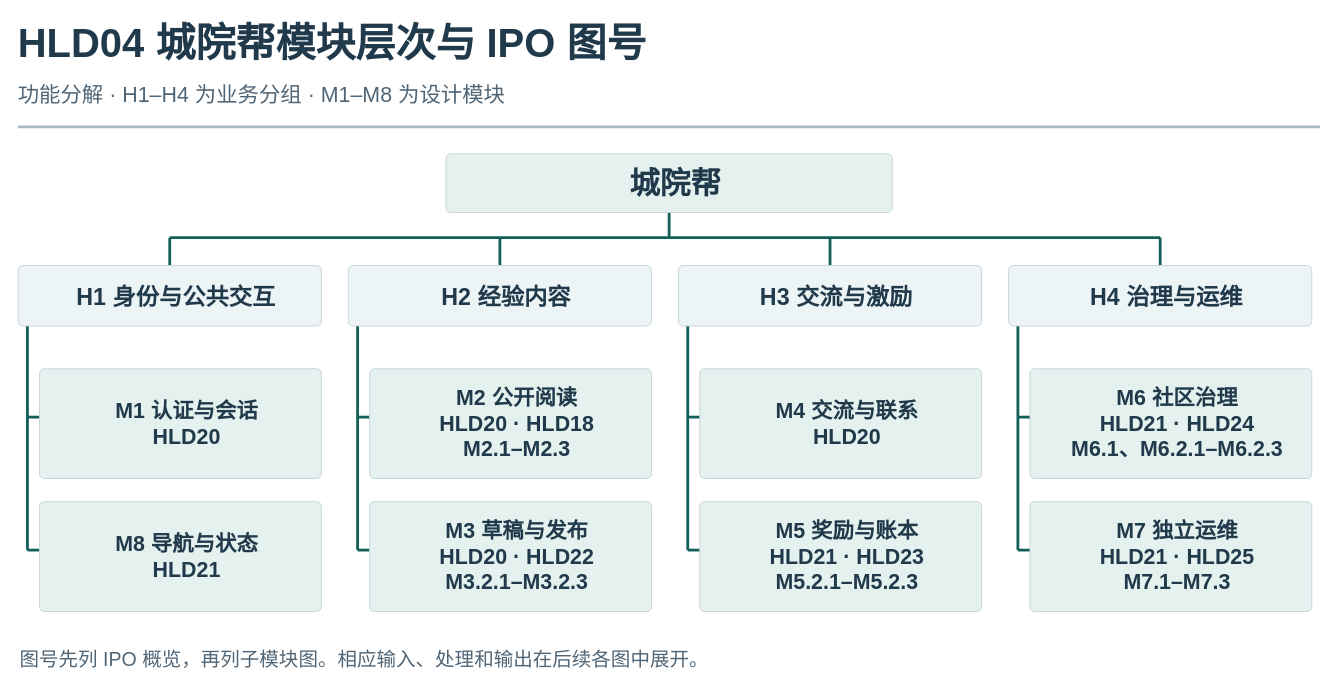
This is page "HLD04 城院帮模块层次与 IPO 图号（H 图）" (4 of 34) of docs/project/models/总体设计G04/城院帮总体设计图G04.drawio from jason-bitc/HZCU-CampusHub, a draw.io file, before an edit. Source tidied: cells renumbered, new cells numbered last; positions are measured from the earlier drawing's top-left corner, leaving out a move shared by most shapes. Both pictures are drawn from the tidied source at 93%, with x=0, y=0 at pixel (16, 16).
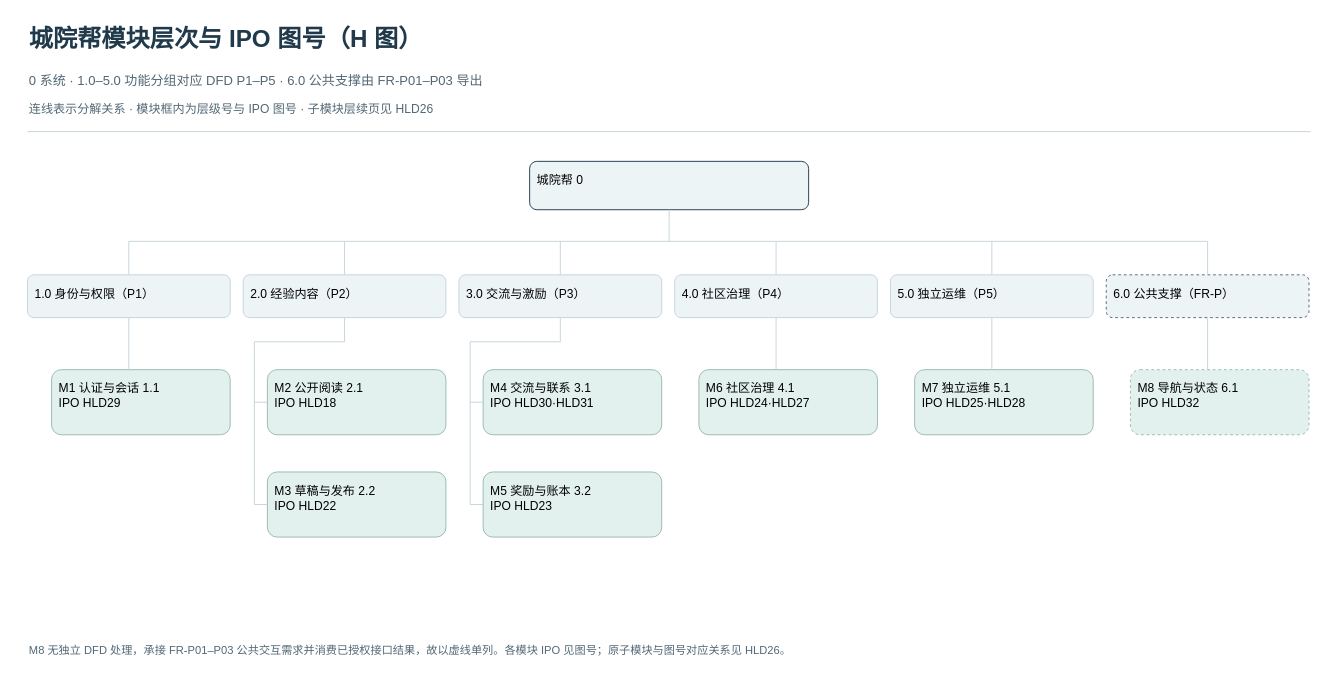
After the change.

Change to the diagram source:
```diff
@@
-    <mxCell id="2" style="endArrow=none;endFill=1;strokeColor=#125e59;strokeWidth=3;" parent="1" edge="1">
-      <mxGeometry relative="1" as="geometry">
-        <mxPoint x="702" y="211" as="sourcePoint" />
-        <mxPoint x="702" y="238" as="targetPoint" />
-      </mxGeometry>
-    </mxCell>
-    <mxCell id="3" style="endArrow=none;endFill=1;strokeColor=#125e59;strokeWidth=3;" parent="1" edge="1">
-      <mxGeometry relative="1" as="geometry">
-        <mxPoint x="165" y="238" as="sourcePoint" />
-        <mxPoint x="1230" y="238" as="targetPoint" />
-      </mxGeometry>
-    </mxCell>
-    <mxCell id="4" style="endArrow=none;endFill=1;strokeColor=#125e59;strokeWidth=3;" parent="1" edge="1">
-      <mxGeometry relative="1" as="geometry">
-        <mxPoint x="1077" y="574" as="sourcePoint" />
-        <mxPoint x="1090" y="574" as="targetPoint" />
-      </mxGeometry>
-    </mxCell>
-    <mxCell id="5" style="endArrow=none;endFill=1;strokeColor=#125e59;strokeWidth=3;" parent="1" edge="1">
-      <mxGeometry relative="1" as="geometry">
-        <mxPoint x="1077" y="431" as="sourcePoint" />
-        <mxPoint x="1090" y="431" as="targetPoint" />
-      </mxGeometry>
-    </mxCell>
-    <mxCell id="6" style="endArrow=none;endFill=1;strokeColor=#125e59;strokeWidth=3;" parent="1" edge="1">
-      <mxGeometry relative="1" as="geometry">
-        <mxPoint x="1077" y="333" as="sourcePoint" />
-        <mxPoint x="1077" y="574" as="targetPoint" />
-      </mxGeometry>
-    </mxCell>
-    <mxCell id="7" style="endArrow=none;endFill=1;strokeColor=#125e59;strokeWidth=3;" parent="1" edge="1">
-      <mxGeometry relative="1" as="geometry">
-        <mxPoint x="1230" y="238" as="sourcePoint" />
-        <mxPoint x="1230" y="268" as="targetPoint" />
-      </mxGeometry>
-    </mxCell>
-    <mxCell id="8" style="endArrow=none;endFill=1;strokeColor=#125e59;strokeWidth=3;" parent="1" edge="1">
-      <mxGeometry relative="1" as="geometry">
-        <mxPoint x="722" y="574" as="sourcePoint" />
-        <mxPoint x="735" y="574" as="targetPoint" />
-      </mxGeometry>
-    </mxCell>
-    <mxCell id="9" style="endArrow=none;endFill=1;strokeColor=#125e59;strokeWidth=3;" parent="1" edge="1">
-      <mxGeometry relative="1" as="geometry">
-        <mxPoint x="722" y="431" as="sourcePoint" />
-        <mxPoint x="735" y="431" as="targetPoint" />
-      </mxGeometry>
-    </mxCell>
-    <mxCell id="10" style="endArrow=none;endFill=1;strokeColor=#125e59;strokeWidth=3;" parent="1" edge="1">
-      <mxGeometry relative="1" as="geometry">
-        <mxPoint x="722" y="333" as="sourcePoint" />
-        <mxPoint x="722" y="574" as="targetPoint" />
-      </mxGeometry>
-    </mxCell>
-    <mxCell id="11" style="endArrow=none;endFill=1;strokeColor=#125e59;strokeWidth=3;" parent="1" edge="1">
-      <mxGeometry relative="1" as="geometry">
-        <mxPoint x="875" y="238" as="sourcePoint" />
-        <mxPoint x="875" y="268" as="targetPoint" />
-      </mxGeometry>
-    </mxCell>
-    <mxCell id="12" style="endArrow=none;endFill=1;strokeColor=#125e59;strokeWidth=3;" parent="1" edge="1">
-      <mxGeometry relative="1" as="geometry">
-        <mxPoint x="367" y="574" as="sourcePoint" />
-        <mxPoint x="380" y="574" as="targetPoint" />
-      </mxGeometry>
-    </mxCell>
-    <mxCell id="13" style="endArrow=none;endFill=1;strokeColor=#125e59;strokeWidth=3;" parent="1" edge="1">
-      <mxGeometry relative="1" as="geometry">
-        <mxPoint x="367" y="431" as="sourcePoint" />
-        <mxPoint x="380" y="431" as="targetPoint" />
-      </mxGeometry>
-    </mxCell>
-    <mxCell id="14" style="endArrow=none;endFill=1;strokeColor=#125e59;strokeWidth=3;" parent="1" edge="1">
-      <mxGeometry relative="1" as="geometry">
-        <mxPoint x="367" y="333" as="sourcePoint" />
-        <mxPoint x="367" y="574" as="targetPoint" />
-      </mxGeometry>
-    </mxCell>
-    <mxCell id="15" style="endArrow=none;endFill=1;strokeColor=#125e59;strokeWidth=3;" parent="1" edge="1">
-      <mxGeometry relative="1" as="geometry">
-        <mxPoint x="520" y="238" as="sourcePoint" />
-        <mxPoint x="520" y="268" as="targetPoint" />
-      </mxGeometry>
-    </mxCell>
-    <mxCell id="16" style="endArrow=none;endFill=1;strokeColor=#125e59;strokeWidth=3;" parent="1" edge="1">
-      <mxGeometry relative="1" as="geometry">
-        <mxPoint x="12" y="574" as="sourcePoint" />
-        <mxPoint x="25" y="574" as="targetPoint" />
-      </mxGeometry>
-    </mxCell>
-    <mxCell id="17" style="endArrow=none;endFill=1;strokeColor=#125e59;strokeWidth=3;" parent="1" edge="1">
-      <mxGeometry relative="1" as="geometry">
-        <mxPoint x="12" y="431" as="sourcePoint" />
-        <mxPoint x="25" y="431" as="targetPoint" />
-      </mxGeometry>
-    </mxCell>
-    <mxCell id="18" style="endArrow=none;endFill=1;strokeColor=#125e59;strokeWidth=3;" parent="1" edge="1">
-      <mxGeometry relative="1" as="geometry">
-        <mxPoint x="12" y="333" as="sourcePoint" />
-        <mxPoint x="12" y="574" as="targetPoint" />
-      </mxGeometry>
-    </mxCell>
-    <mxCell id="19" style="endArrow=none;endFill=1;strokeColor=#125e59;strokeWidth=3;" parent="1" edge="1">
-      <mxGeometry relative="1" as="geometry">
-        <mxPoint x="165" y="238" as="sourcePoint" />
-        <mxPoint x="165" y="268" as="targetPoint" />
-      </mxGeometry>
-    </mxCell>
-    <mxCell id="20" value="HLD04  城院帮模块层次与 IPO 图号" style="rounded=1;absoluteArcSize=1;arcSize=10;whiteSpace=wrap;html=0;verticalAlign=middle;align=left;fontFamily=Microsoft YaHei;fontSize=43;fontStyle=1;fontColor=#203a4b;fillColor=none;strokeColor=none;spacingLeft=0;" parent="1" vertex="1">
-      <mxGeometry width="1400" height="58" as="geometry" />
-    </mxCell>
-    <mxCell id="21" value="功能分解 · H1–H4 为业务分组 · M1–M8 为设计模块" style="rounded=1;absoluteArcSize=1;arcSize=10;whiteSpace=wrap;html=0;verticalAlign=middle;align=left;fontFamily=Microsoft YaHei;fontSize=23;fontStyle=0;fontColor=#506576;fillColor=none;strokeColor=none;spacingLeft=0;" parent="1" vertex="1">
-      <mxGeometry y="66" width="1400" height="38" as="geometry" />
-    </mxCell>
-    <mxCell id="22" style="endArrow=none;endFill=1;strokeColor=#a7bac4;strokeWidth=3;" parent="1" edge="1">
-      <mxGeometry relative="1" as="geometry">
-        <mxPoint x="2" y="119" as="sourcePoint" />
-        <mxPoint x="1402" y="119" as="targetPoint" />
-      </mxGeometry>
-    </mxCell>
-    <mxCell id="23" value="城院帮" style="rounded=1;absoluteArcSize=1;arcSize=10;whiteSpace=wrap;html=0;verticalAlign=middle;align=center;fontFamily=Microsoft YaHei;fontSize=33;fontStyle=1;fontColor=#203a4b;fillColor=#e4f1ee;strokeColor=#c5d3da;spacingLeft=14;" parent="1" vertex="1">
-      <mxGeometry x="462" y="148" width="480" height="63" as="geometry" />
-    </mxCell>
-    <mxCell id="24" value="H1 身份与公共交互" style="rounded=1;absoluteArcSize=1;arcSize=10;whiteSpace=wrap;html=0;verticalAlign=middle;align=center;fontFamily=Microsoft YaHei;fontSize=25;fontStyle=1;fontColor=#203a4b;fillColor=#edf4f6;strokeColor=#c5d3da;spacingLeft=14;" parent="1" vertex="1">
-      <mxGeometry x="2" y="268" width="326" height="65" as="geometry" />
-    </mxCell>
-    <mxCell id="25" value="M1 认证与会话&#10;HLD20" style="rounded=1;absoluteArcSize=1;arcSize=10;whiteSpace=wrap;html=0;verticalAlign=middle;align=center;fontFamily=Microsoft YaHei;fontSize=23;fontStyle=1;fontColor=#203a4b;fillColor=#e4f1ee;strokeColor=#c5d3da;spacingLeft=14;" parent="1" vertex="1">
-      <mxGeometry x="25" y="379" width="303" height="118" as="geometry" />
-    </mxCell>
-    <mxCell id="26" value="M8 导航与状态&#10;HLD21" style="rounded=1;absoluteArcSize=1;arcSize=10;whiteSpace=wrap;html=0;verticalAlign=middle;align=center;fontFamily=Microsoft YaHei;fontSize=23;fontStyle=1;fontColor=#203a4b;fillColor=#e4f1ee;strokeColor=#c5d3da;spacingLeft=14;" parent="1" vertex="1">
-      <mxGeometry x="25" y="522" width="303" height="118" as="geometry" />
-    </mxCell>
-    <mxCell id="27" value="H2 经验内容" style="rounded=1;absoluteArcSize=1;arcSize=10;whiteSpace=wrap;html=0;verticalAlign=middle;align=center;fontFamily=Microsoft YaHei;fontSize=25;fontStyle=1;fontColor=#203a4b;fillColor=#edf4f6;strokeColor=#c5d3da;spacingLeft=14;" parent="1" vertex="1">
-      <mxGeometry x="357" y="268" width="326" height="65" as="geometry" />
-    </mxCell>
-    <mxCell id="28" value="M2 公开阅读&#10;HLD20 · HLD18&#10;M2.1–M2.3" style="rounded=1;absoluteArcSize=1;arcSize=10;whiteSpace=wrap;html=0;verticalAlign=middle;align=center;fontFamily=Microsoft YaHei;fontSize=23;fontStyle=1;fontColor=#203a4b;fillColor=#e4f1ee;strokeColor=#c5d3da;spacingLeft=14;" parent="1" vertex="1">
-      <mxGeometry x="380" y="379" width="303" height="118" as="geometry" />
-    </mxCell>
-    <mxCell id="29" value="M3 草稿与发布&#10;HLD20 · HLD22&#10;M3.2.1–M3.2.3" style="rounded=1;absoluteArcSize=1;arcSize=10;whiteSpace=wrap;html=0;verticalAlign=middle;align=center;fontFamily=Microsoft YaHei;fontSize=23;fontStyle=1;fontColor=#203a4b;fillColor=#e4f1ee;strokeColor=#c5d3da;spacingLeft=14;" parent="1" vertex="1">
-      <mxGeometry x="380" y="522" width="303" height="118" as="geometry" />
-    </mxCell>
-    <mxCell id="30" value="H3 交流与激励" style="rounded=1;absoluteArcSize=1;arcSize=10;whiteSpace=wrap;html=0;verticalAlign=middle;align=center;fontFamily=Microsoft YaHei;fontSize=25;fontStyle=1;fontColor=#203a4b;fillColor=#edf4f6;strokeColor=#c5d3da;spacingLeft=14;" parent="1" vertex="1">
-      <mxGeometry x="712" y="268" width="326" height="65" as="geometry" />
-    </mxCell>
-    <mxCell id="31" value="M4 交流与联系&#10;HLD20" style="rounded=1;absoluteArcSize=1;arcSize=10;whiteSpace=wrap;html=0;verticalAlign=middle;align=center;fontFamily=Microsoft YaHei;fontSize=23;fontStyle=1;fontColor=#203a4b;fillColor=#e4f1ee;strokeColor=#c5d3da;spacingLeft=14;" parent="1" vertex="1">
-      <mxGeometry x="735" y="379" width="303" height="118" as="geometry" />
-    </mxCell>
-    <mxCell id="32" value="M5 奖励与账本&#10;HLD21 · HLD23&#10;M5.2.1–M5.2.3" style="rounded=1;absoluteArcSize=1;arcSize=10;whiteSpace=wrap;html=0;verticalAlign=middle;align=center;fontFamily=Microsoft YaHei;fontSize=23;fontStyle=1;fontColor=#203a4b;fillColor=#e4f1ee;strokeColor=#c5d3da;spacingLeft=14;" parent="1" vertex="1">
-      <mxGeometry x="735" y="522" width="303" height="118" as="geometry" />
-    </mxCell>
-    <mxCell id="33" value="H4 治理与运维" style="rounded=1;absoluteArcSize=1;arcSize=10;whiteSpace=wrap;html=0;verticalAlign=middle;align=center;fontFamily=Microsoft YaHei;fontSize=25;fontStyle=1;fontColor=#203a4b;fillColor=#edf4f6;strokeColor=#c5d3da;spacingLeft=14;" parent="1" vertex="1">
-      <mxGeometry x="1067" y="268" width="326" height="65" as="geometry" />
-    </mxCell>
-    <mxCell id="34" value="M6 社区治理&#10;HLD21 · HLD24&#10;M6.1、M6.2.1–M6.2.3" style="rounded=1;absoluteArcSize=1;arcSize=10;whiteSpace=wrap;html=0;verticalAlign=middle;align=center;fontFamily=Microsoft YaHei;fontSize=23;fontStyle=1;fontColor=#203a4b;fillColor=#e4f1ee;strokeColor=#c5d3da;spacingLeft=14;" parent="1" vertex="1">
-      <mxGeometry x="1090" y="379" width="303" height="118" as="geometry" />
-    </mxCell>
-    <mxCell id="35" value="M7 独立运维&#10;HLD21 · HLD25&#10;M7.1–M7.3" style="rounded=1;absoluteArcSize=1;arcSize=10;whiteSpace=wrap;html=0;verticalAlign=middle;align=center;fontFamily=Microsoft YaHei;fontSize=23;fontStyle=1;fontColor=#203a4b;fillColor=#e4f1ee;strokeColor=#c5d3da;spacingLeft=14;" parent="1" vertex="1">
-      <mxGeometry x="1090" y="522" width="303" height="118" as="geometry" />
-    </mxCell>
-    <mxCell id="36" value="图号先列 IPO 概览，再列子模块图。相应输入、处理和输出在后续各图中展开。" style="rounded=1;absoluteArcSize=1;arcSize=10;whiteSpace=wrap;html=0;verticalAlign=middle;align=left;fontFamily=Microsoft YaHei;fontSize=21;fontStyle=0;fontColor=#506576;fillColor=none;strokeColor=none;spacingLeft=0;" parent="1" vertex="1">
-      <mxGeometry x="2" y="675" width="1400" height="32" as="geometry" />
-    </mxCell>
+    <mxCell id="37" value="城院帮模块层次与 IPO 图号（H 图）" style="text;html=1;fontSize=26;fontColor=#203A4B;align=left;verticalAlign=top;fontStyle=1;" parent="1" vertex="1">
+      <mxGeometry x="12" y="2" width="581" height="54" as="geometry" />
+    </mxCell>
+    <mxCell id="38" value="0 系统 · 1.0–5.0 功能分组对应 DFD P1–P5 · 6.0 公共支撑由 FR-P01–P03 导出" style="text;html=1;fontSize=14;fontColor=#526775;align=left;verticalAlign=top;" parent="1" vertex="1">
+      <mxGeometry x="12" y="54" width="685" height="30" as="geometry" />
+    </mxCell>
+    <mxCell id="39" value="连线表示分解关系 · 模块框内为层级号与 IPO 图号 · 子模块层续页见 HLD26" style="text;html=1;fontSize=13;fontColor=#526775;align=left;verticalAlign=top;" parent="1" vertex="1">
+      <mxGeometry x="12" y="86" width="589" height="27" as="geometry" />
+    </mxCell>
+    <mxCell id="40" style="endArrow=none;html=1;strokeColor=#C5D3DA;" parent="1" edge="1">
+      <mxGeometry relative="1" as="geometry">
+        <mxPoint x="12" y="124" as="sourcePoint" />
+        <mxPoint x="1392" y="124" as="targetPoint" />
+      </mxGeometry>
+    </mxCell>
+    <mxCell id="41" value="城院帮  0" style="rounded=1;whiteSpace=wrap;html=1;fillColor=#EDF4F6;strokeColor=#203A4B;fontSize=13;align=left;verticalAlign=top;spacing=8;" parent="1" vertex="1">
+      <mxGeometry x="552" y="156" width="300" height="52" as="geometry" />
+    </mxCell>
+    <mxCell id="42" value="1.0 身份与权限（P1）" style="rounded=1;whiteSpace=wrap;html=1;fillColor=#EDF4F6;strokeColor=#C5D3DA;fontSize=13;align=left;verticalAlign=top;spacing=8;" parent="1" vertex="1">
+      <mxGeometry x="12" y="278" width="218" height="46" as="geometry" />
+    </mxCell>
+    <mxCell id="43" value="M1 认证与会话  1.1&#10;IPO HLD29" style="rounded=1;whiteSpace=wrap;html=1;fillColor=#E2F1EE;strokeColor=#96B8B0;fontSize=13;align=left;verticalAlign=top;spacing=8;" parent="1" vertex="1">
+      <mxGeometry x="38" y="380" width="192" height="70" as="geometry" />
+    </mxCell>
+    <mxCell id="44" style="endArrow=none;html=1;strokeColor=#C5D3DA;rounded=0;" parent="1" edge="1">
+      <mxGeometry relative="1" as="geometry">
+        <mxPoint x="121" y="324" as="sourcePoint" />
+        <mxPoint x="121" y="380" as="targetPoint" />
+      </mxGeometry>
+    </mxCell>
+    <mxCell id="45" value="2.0 经验内容（P2）" style="rounded=1;whiteSpace=wrap;html=1;fillColor=#EDF4F6;strokeColor=#C5D3DA;fontSize=13;align=left;verticalAlign=top;spacing=8;" parent="1" vertex="1">
+      <mxGeometry x="244" y="278" width="218" height="46" as="geometry" />
+    </mxCell>
+    <mxCell id="46" value="M2 公开阅读  2.1&#10;IPO HLD18" style="rounded=1;whiteSpace=wrap;html=1;fillColor=#E2F1EE;strokeColor=#96B8B0;fontSize=13;align=left;verticalAlign=top;spacing=8;" parent="1" vertex="1">
+      <mxGeometry x="270" y="380" width="192" height="70" as="geometry" />
+    </mxCell>
+    <mxCell id="47" value="M3 草稿与发布  2.2&#10;IPO HLD22" style="rounded=1;whiteSpace=wrap;html=1;fillColor=#E2F1EE;strokeColor=#96B8B0;fontSize=13;align=left;verticalAlign=top;spacing=8;" parent="1" vertex="1">
+      <mxGeometry x="270" y="490" width="192" height="70" as="geometry" />
+    </mxCell>
+    <mxCell id="48" style="endArrow=none;html=1;strokeColor=#C5D3DA;rounded=0;" parent="1" edge="1">
+      <mxGeometry relative="1" as="geometry">
+        <mxPoint x="353" y="324" as="sourcePoint" />
+        <mxPoint x="256" y="525" as="targetPoint" />
+        <Array as="points">
+          <mxPoint x="353" y="350" />
+          <mxPoint x="256" y="350" />
+        </Array>
+      </mxGeometry>
+    </mxCell>
+    <mxCell id="49" style="endArrow=none;html=1;strokeColor=#C5D3DA;rounded=0;" parent="1" edge="1">
+      <mxGeometry relative="1" as="geometry">
+        <mxPoint x="256" y="415" as="sourcePoint" />
+        <mxPoint x="270" y="415" as="targetPoint" />
+      </mxGeometry>
+    </mxCell>
+    <mxCell id="50" style="endArrow=none;html=1;strokeColor=#C5D3DA;rounded=0;" parent="1" edge="1">
+      <mxGeometry relative="1" as="geometry">
+        <mxPoint x="256" y="525" as="sourcePoint" />
+        <mxPoint x="270" y="525" as="targetPoint" />
+      </mxGeometry>
+    </mxCell>
+    <mxCell id="51" value="3.0 交流与激励（P3）" style="rounded=1;whiteSpace=wrap;html=1;fillColor=#EDF4F6;strokeColor=#C5D3DA;fontSize=13;align=left;verticalAlign=top;spacing=8;" parent="1" vertex="1">
+      <mxGeometry x="476" y="278" width="218" height="46" as="geometry" />
+    </mxCell>
+    <mxCell id="52" value="M4 交流与联系  3.1&#10;IPO HLD30·HLD31" style="rounded=1;whiteSpace=wrap;html=1;fillColor=#E2F1EE;strokeColor=#96B8B0;fontSize=13;align=left;verticalAlign=top;spacing=8;" parent="1" vertex="1">
+      <mxGeometry x="502" y="380" width="192" height="70" as="geometry" />
+    </mxCell>
+    <mxCell id="53" value="M5 奖励与账本  3.2&#10;IPO HLD23" style="rounded=1;whiteSpace=wrap;html=1;fillColor=#E2F1EE;strokeColor=#96B8B0;fontSize=13;align=left;verticalAlign=top;spacing=8;" parent="1" vertex="1">
+      <mxGeometry x="502" y="490" width="192" height="70" as="geometry" />
+    </mxCell>
+    <mxCell id="54" style="endArrow=none;html=1;strokeColor=#C5D3DA;rounded=0;" parent="1" edge="1">
+      <mxGeometry relative="1" as="geometry">
+        <mxPoint x="585" y="324" as="sourcePoint" />
+        <mxPoint x="488" y="525" as="targetPoint" />
+        <Array as="points">
+          <mxPoint x="585" y="350" />
+          <mxPoint x="488" y="350" />
+        </Array>
+      </mxGeometry>
+    </mxCell>
+    <mxCell id="55" style="endArrow=none;html=1;strokeColor=#C5D3DA;rounded=0;" parent="1" edge="1">
+      <mxGeometry relative="1" as="geometry">
+        <mxPoint x="488" y="415" as="sourcePoint" />
+        <mxPoint x="502" y="415" as="targetPoint" />
+      </mxGeometry>
+    </mxCell>
+    <mxCell id="56" style="endArrow=none;html=1;strokeColor=#C5D3DA;rounded=0;" parent="1" edge="1">
+      <mxGeometry relative="1" as="geometry">
+        <mxPoint x="488" y="525" as="sourcePoint" />
+        <mxPoint x="502" y="525" as="targetPoint" />
+      </mxGeometry>
+    </mxCell>
+    <mxCell id="57" value="4.0 社区治理（P4）" style="rounded=1;whiteSpace=wrap;html=1;fillColor=#EDF4F6;strokeColor=#C5D3DA;fontSize=13;align=left;verticalAlign=top;spacing=8;" parent="1" vertex="1">
+      <mxGeometry x="708" y="278" width="218" height="46" as="geometry" />
+    </mxCell>
+    <mxCell id="58" value="M6 社区治理  4.1&#10;IPO HLD24·HLD27" style="rounded=1;whiteSpace=wrap;html=1;fillColor=#E2F1EE;strokeColor=#96B8B0;fontSize=13;align=left;verticalAlign=top;spacing=8;" parent="1" vertex="1">
+      <mxGeometry x="734" y="380" width="192" height="70" as="geometry" />
+    </mxCell>
+    <mxCell id="59" style="endArrow=none;html=1;strokeColor=#C5D3DA;rounded=0;" parent="1" edge="1">
+      <mxGeometry relative="1" as="geometry">
+        <mxPoint x="817" y="324" as="sourcePoint" />
+        <mxPoint x="817" y="380" as="targetPoint" />
+      </mxGeometry>
+    </mxCell>
+    <mxCell id="60" value="5.0 独立运维（P5）" style="rounded=1;whiteSpace=wrap;html=1;fillColor=#EDF4F6;strokeColor=#C5D3DA;fontSize=13;align=left;verticalAlign=top;spacing=8;" parent="1" vertex="1">
+      <mxGeometry x="940" y="278" width="218" height="46" as="geometry" />
+    </mxCell>
+    <mxCell id="61" value="M7 独立运维  5.1&#10;IPO HLD25·HLD28" style="rounded=1;whiteSpace=wrap;html=1;fillColor=#E2F1EE;strokeColor=#96B8B0;fontSize=13;align=left;verticalAlign=top;spacing=8;" parent="1" vertex="1">
+      <mxGeometry x="966" y="380" width="192" height="70" as="geometry" />
+    </mxCell>
+    <mxCell id="62" style="endArrow=none;html=1;strokeColor=#C5D3DA;rounded=0;" parent="1" edge="1">
+      <mxGeometry relative="1" as="geometry">
+        <mxPoint x="1049" y="324" as="sourcePoint" />
+        <mxPoint x="1049" y="380" as="targetPoint" />
+      </mxGeometry>
+    </mxCell>
+    <mxCell id="63" value="6.0 公共支撑（FR-P）" style="rounded=1;whiteSpace=wrap;html=1;fillColor=#EDF4F6;strokeColor=#526775;fontSize=13;align=left;verticalAlign=top;spacing=8;dashed=1;" parent="1" vertex="1">
+      <mxGeometry x="1172" y="278" width="218" height="46" as="geometry" />
+    </mxCell>
+    <mxCell id="64" value="M8 导航与状态  6.1&#10;IPO HLD32" style="rounded=1;whiteSpace=wrap;html=1;fillColor=#E2F1EE;strokeColor=#96B8B0;fontSize=13;align=left;verticalAlign=top;spacing=8;dashed=1;" parent="1" vertex="1">
+      <mxGeometry x="1198" y="380" width="192" height="70" as="geometry" />
+    </mxCell>
+    <mxCell id="65" style="endArrow=none;html=1;strokeColor=#C5D3DA;rounded=0;" parent="1" edge="1">
+      <mxGeometry relative="1" as="geometry">
+        <mxPoint x="1281" y="324" as="sourcePoint" />
+        <mxPoint x="1281" y="380" as="targetPoint" />
+      </mxGeometry>
+    </mxCell>
+    <mxCell id="66" style="endArrow=none;html=1;strokeColor=#C5D3DA;rounded=0;" parent="1" edge="1">
+      <mxGeometry relative="1" as="geometry">
+        <mxPoint x="702" y="208" as="sourcePoint" />
+        <mxPoint x="702" y="242" as="targetPoint" />
+      </mxGeometry>
+    </mxCell>
+    <mxCell id="67" style="endArrow=none;html=1;strokeColor=#C5D3DA;rounded=0;" parent="1" edge="1">
+      <mxGeometry relative="1" as="geometry">
+        <mxPoint x="121" y="242" as="sourcePoint" />
+        <mxPoint x="1281" y="242" as="targetPoint" />
+      </mxGeometry>
+    </mxCell>
+    <mxCell id="68" style="endArrow=none;html=1;strokeColor=#C5D3DA;rounded=0;" parent="1" edge="1">
+      <mxGeometry relative="1" as="geometry">
+        <mxPoint x="121" y="242" as="sourcePoint" />
+        <mxPoint x="121" y="278" as="targetPoint" />
+      </mxGeometry>
+    </mxCell>
+    <mxCell id="69" style="endArrow=none;html=1;strokeColor=#C5D3DA;rounded=0;" parent="1" edge="1">
+      <mxGeometry relative="1" as="geometry">
+        <mxPoint x="353" y="242" as="sourcePoint" />
+        <mxPoint x="353" y="278" as="targetPoint" />
+      </mxGeometry>
+    </mxCell>
+    <mxCell id="70" style="endArrow=none;html=1;strokeColor=#C5D3DA;rounded=0;" parent="1" edge="1">
+      <mxGeometry relative="1" as="geometry">
+        <mxPoint x="585" y="242" as="sourcePoint" />
+        <mxPoint x="585" y="278" as="targetPoint" />
+      </mxGeometry>
+    </mxCell>
+    <mxCell id="71" style="endArrow=none;html=1;strokeColor=#C5D3DA;rounded=0;" parent="1" edge="1">
+      <mxGeometry relative="1" as="geometry">
+        <mxPoint x="817" y="242" as="sourcePoint" />
+        <mxPoint x="817" y="278" as="targetPoint" />
+      </mxGeometry>
+    </mxCell>
+    <mxCell id="72" style="endArrow=none;html=1;strokeColor=#C5D3DA;rounded=0;" parent="1" edge="1">
+      <mxGeometry relative="1" as="geometry">
+        <mxPoint x="1049" y="242" as="sourcePoint" />
+        <mxPoint x="1049" y="278" as="targetPoint" />
+      </mxGeometry>
+    </mxCell>
+    <mxCell id="73" style="endArrow=none;html=1;strokeColor=#C5D3DA;rounded=0;" parent="1" edge="1">
+      <mxGeometry relative="1" as="geometry">
+        <mxPoint x="1281" y="242" as="sourcePoint" />
+        <mxPoint x="1281" y="278" as="targetPoint" />
+      </mxGeometry>
+    </mxCell>
+    <mxCell id="74" value="M8 无独立 DFD 处理，承接 FR-P01–P03 公共交互需求并消费已授权接口结果，故以虚线单列。各模块 IPO 见图号；原子模块与图号对应关系见 HLD26。" style="text;html=1;fontSize=12;fontColor=#526775;align=left;verticalAlign=top;" parent="1" vertex="1">
+      <mxGeometry x="12" y="668" width="1119" height="25" as="geometry" />
+    </mxCell>
```
